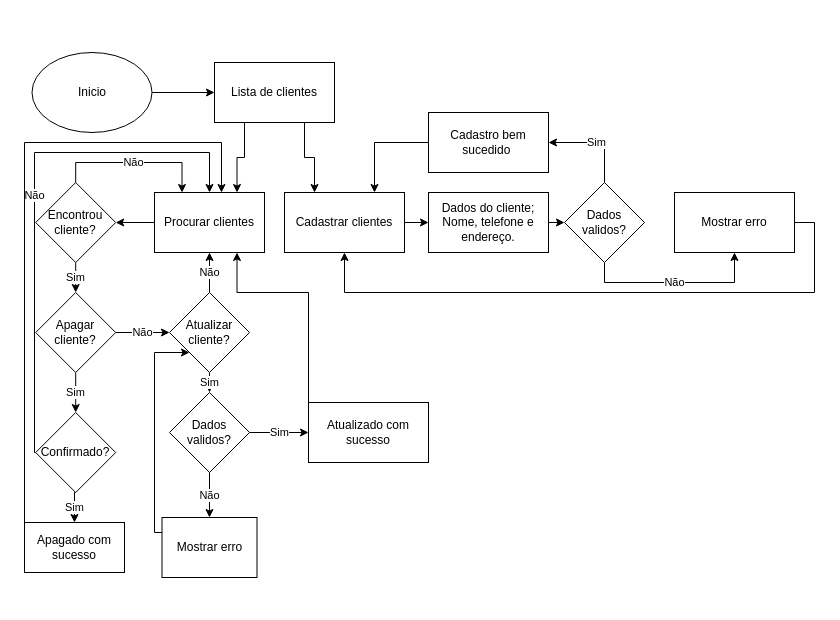
This is page "Página-1" (1 of 6) of doc/fluxograma.drawio from D3ise/fluxograma, a draw.io file, before an edit. Source tidied: cells renumbered, new cells numbered last; positions are measured from the earlier drawing's top-left corner, leaving out a move shared by most shapes. Both pictures are drawn from the tidied source at 100%, with x=0, y=0 at pixel (24, 52).
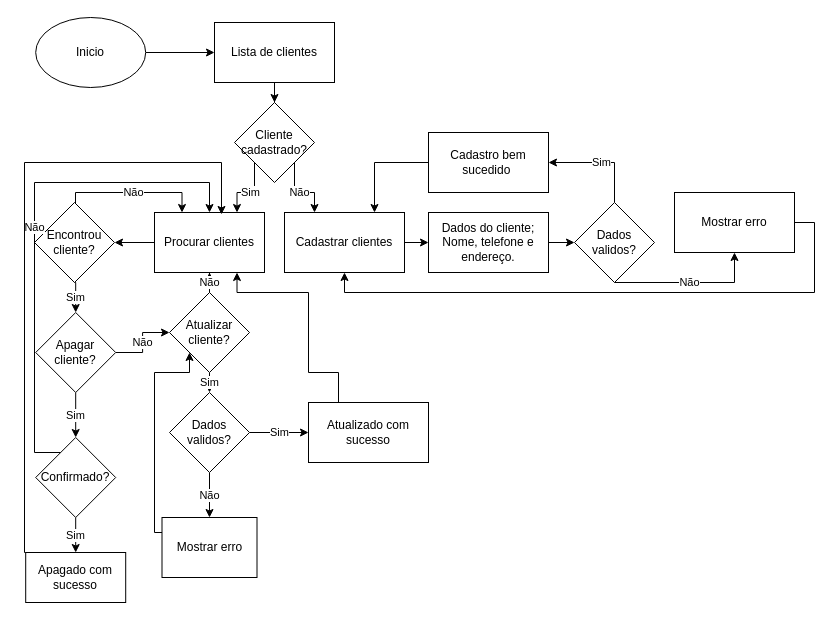
After the change.

The change refers to these unchanged cells:
```xml
<mxCell id="24" value="Mostrar erro" style="rounded=0;whiteSpace=wrap;html=1;" parent="1" vertex="1">
  <mxGeometry x="137.5" y="465" width="95" height="60" as="geometry" />
</mxCell>
<mxCell id="26" value="Atualizado com sucesso" style="rounded=0;whiteSpace=wrap;html=1;" parent="1" vertex="1">
  <mxGeometry x="284" y="350" width="120" height="60" as="geometry" />
</mxCell>
<mxCell id="35" value="Atualizar cliente?" style="rhombus;whiteSpace=wrap;html=1;" parent="1" vertex="1">
  <mxGeometry x="145" y="240" width="80" height="80" as="geometry" />
</mxCell>
```

What changed in the source:
```diff
@@
     <mxCell id="3" value="Inicio" style="ellipse;whiteSpace=wrap;html=1;" parent="1" vertex="1">
-      <mxGeometry x="7.5" width="120" height="80" as="geometry" />
+      <mxGeometry x="11.2" y="-35" width="110" height="70" as="geometry" />
     </mxCell>
-    <mxCell id="4" style="edgeStyle=orthogonalEdgeStyle;rounded=0;jettySize=auto;html=1;exitX=0.25;exitY=1;exitDx=0;exitDy=0;entryX=0.75;entryY=0;entryDx=0;entryDy=0;" parent="1" edge="1" source="6" target="13">
-      <mxGeometry relative="1" as="geometry" />
-    </mxCell>
-    <mxCell id="5" style="edgeStyle=orthogonalEdgeStyle;rounded=0;jettySize=auto;html=1;exitX=0.75;exitY=1;exitDx=0;exitDy=0;entryX=0.25;entryY=0;entryDx=0;entryDy=0;" parent="1" edge="1" source="6" target="15">
-      <mxGeometry relative="1" as="geometry" />
-    </mxCell>
+    <mxCell id="41" style="edgeStyle=orthogonalEdgeStyle;rounded=0;jettySize=auto;html=1;entryX=0.5;entryY=0;entryDx=0;entryDy=0;" parent="1" edge="1" source="6" target="43">
+      <mxGeometry relative="1" as="geometry" />
+    </mxCell>
     <mxCell id="6" value="Lista de clientes" style="rounded=0;whiteSpace=wrap;html=1;" parent="1" vertex="1">
-      <mxGeometry x="190" y="10" width="120" height="60" as="geometry" />
+      <mxGeometry x="190" y="-30" width="120" height="60" as="geometry" />
     </mxCell>
@@
     <mxCell id="8" value="Dados do cliente; Nome, telefone e endereço." style="rounded=0;whiteSpace=wrap;html=1;" parent="1" vertex="1">
-      <mxGeometry x="404" y="140" width="120" height="60" as="geometry" />
+      <mxGeometry x="404" y="160" width="120" height="60" as="geometry" />
     </mxCell>
@@
     <mxCell id="11" value="Dados validos?" style="rhombus;whiteSpace=wrap;html=1;" parent="1" vertex="1">
-      <mxGeometry x="540" y="130" width="80" height="80" as="geometry" />
+      <mxGeometry x="550" y="150" width="80" height="80" as="geometry" />
     </mxCell>
@@
     <mxCell id="13" value="Procurar clientes" style="rounded=0;whiteSpace=wrap;html=1;" parent="1" vertex="1">
-      <mxGeometry x="130" y="140" width="110" height="60" as="geometry" />
+      <mxGeometry x="130" y="160" width="110" height="60" as="geometry" />
     </mxCell>
@@
     <mxCell id="15" value="Cadastrar clientes" style="rounded=0;whiteSpace=wrap;html=1;" parent="1" vertex="1">
-      <mxGeometry x="260" y="140" width="120" height="60" as="geometry" />
+      <mxGeometry x="260" y="160" width="120" height="60" as="geometry" />
     </mxCell>
@@
     <mxCell id="22" value="Cadastro bem sucedido&amp;nbsp;" style="rounded=0;whiteSpace=wrap;html=1;" parent="1" vertex="1">
-      <mxGeometry x="404" y="60" width="120" height="60" as="geometry" />
+      <mxGeometry x="404" y="80" width="120" height="60" as="geometry" />
     </mxCell>
     <mxCell id="23" style="edgeStyle=orthogonalEdgeStyle;rounded=0;jettySize=auto;html=1;exitX=0;exitY=0.25;exitDx=0;exitDy=0;entryX=0;entryY=1;entryDx=0;entryDy=0;" parent="1" edge="1" source="24" target="35">
       <mxGeometry relative="1" as="geometry">
         <Array as="points">
           <mxPoint x="130" y="480" />
-          <mxPoint x="130" y="300" />
+          <mxPoint x="130" y="320" />
+          <mxPoint x="165" y="320" />
         </Array>
       </mxGeometry>
     </mxCell>
@@
-    <mxCell id="25" style="edgeStyle=orthogonalEdgeStyle;rounded=0;jettySize=auto;html=1;exitX=0;exitY=0;exitDx=0;exitDy=0;entryX=0.75;entryY=1;entryDx=0;entryDy=0;" parent="1" edge="1" source="26" target="13">
+    <mxCell id="25" style="edgeStyle=orthogonalEdgeStyle;rounded=0;jettySize=auto;html=1;exitX=0.25;exitY=0;exitDx=0;exitDy=0;entryX=0.75;entryY=1;entryDx=0;entryDy=0;" parent="1" edge="1" source="26" target="13">
       <mxGeometry relative="1" as="geometry">
         <Array as="points">
+          <mxPoint x="314" y="320" />
+          <mxPoint x="284" y="320" />
           <mxPoint x="284" y="240" />
           <mxPoint x="213" y="240" />
         </Array>
       </mxGeometry>
     </mxCell>
@@
     <mxCell id="27" value="Não" style="edgeStyle=orthogonalEdgeStyle;rounded=0;jettySize=auto;html=1;entryX=0.25;entryY=0;entryDx=0;entryDy=0;" parent="1" edge="1" source="29" target="13">
       <mxGeometry relative="1" as="geometry">
         <Array as="points">
-          <mxPoint x="51" y="110" />
-          <mxPoint x="158" y="110" />
+          <mxPoint x="51" y="140" />
+          <mxPoint x="158" y="140" />
         </Array>
       </mxGeometry>
     </mxCell>
@@
     <mxCell id="29" value="Encontrou cliente?" style="rhombus;whiteSpace=wrap;html=1;" parent="1" vertex="1">
-      <mxGeometry x="11.2" y="130" width="80" height="80" as="geometry" />
+      <mxGeometry x="10" y="150" width="80" height="80" as="geometry" />
     </mxCell>
@@
     <mxCell id="32" value="Apagar cliente?" style="rhombus;whiteSpace=wrap;html=1;" parent="1" vertex="1">
-      <mxGeometry x="11.2" y="240" width="80" height="80" as="geometry" />
+      <mxGeometry x="11.2" y="260" width="80" height="80" as="geometry" />
     </mxCell>
@@
     <mxCell id="37" value="Não" style="edgeStyle=orthogonalEdgeStyle;rounded=0;jettySize=auto;html=1;entryX=0.5;entryY=0;entryDx=0;entryDy=0;" parent="1" edge="1" source="38" target="13">
       <mxGeometry relative="1" as="geometry">
         <Array as="points">
           <mxPoint x="10" y="400" />
-          <mxPoint x="10" y="100" />
-          <mxPoint x="185" y="100" />
+          <mxPoint x="10" y="130" />
+          <mxPoint x="185" y="130" />
         </Array>
       </mxGeometry>
     </mxCell>
     <mxCell id="38" value="Confirmado?" style="rhombus;whiteSpace=wrap;html=1;" parent="1" vertex="1">
-      <mxGeometry x="11.2" y="360" width="80" height="80" as="geometry" />
+      <mxGeometry x="11.2" y="385" width="80" height="80" as="geometry" />
     </mxCell>
     <mxCell id="39" value="Apagado com sucesso" style="rounded=0;whiteSpace=wrap;html=1;" parent="1" vertex="1">
-      <mxGeometry y="470" width="100" height="50" as="geometry" />
+      <mxGeometry x="1.2" y="500" width="100" height="50" as="geometry" />
     </mxCell>
-    <mxCell id="40" style="edgeStyle=orthogonalEdgeStyle;rounded=0;jettySize=auto;html=1;exitX=0;exitY=0;exitDx=0;exitDy=0;" parent="1" edge="1" source="39">
+    <mxCell id="40" style="edgeStyle=orthogonalEdgeStyle;rounded=0;jettySize=auto;html=1;exitX=0;exitY=0;exitDx=0;exitDy=0;entryX=0.609;entryY=0.033;entryDx=0;entryDy=0;entryPerimeter=0;" parent="1" edge="1" source="39" target="13">
       <mxGeometry relative="1" as="geometry">
-        <mxPoint x="197" y="140" as="targetPoint" />
         <Array as="points">
-          <mxPoint y="90" />
-          <mxPoint x="197" y="90" />
+          <mxPoint y="500" />
+          <mxPoint y="110" />
+          <mxPoint x="197" y="110" />
         </Array>
       </mxGeometry>
     </mxCell>
+    <mxCell id="42" value="Não" style="edgeStyle=orthogonalEdgeStyle;rounded=0;jettySize=auto;html=1;exitX=1;exitY=1;exitDx=0;exitDy=0;entryX=0.25;entryY=0;entryDx=0;entryDy=0;" parent="1" edge="1" source="43" target="15">
+      <mxGeometry relative="1" as="geometry">
+        <Array as="points">
+          <mxPoint x="270" y="140" />
+          <mxPoint x="290" y="140" />
+        </Array>
+      </mxGeometry>
+    </mxCell>
+    <mxCell id="43" value="Cliente cadastrado?" style="rhombus;whiteSpace=wrap;html=1;" parent="1" vertex="1">
+      <mxGeometry x="210" y="50" width="80" height="80" as="geometry" />
+    </mxCell>
+    <mxCell id="44" value="Sim" style="edgeStyle=orthogonalEdgeStyle;rounded=0;jettySize=auto;html=1;exitX=0;exitY=1;exitDx=0;exitDy=0;entryX=0.75;entryY=0;entryDx=0;entryDy=0;" parent="1" edge="1" source="43" target="13">
+      <mxGeometry relative="1" as="geometry">
+        <Array as="points">
+          <mxPoint x="230" y="140" />
+          <mxPoint x="213" y="140" />
+        </Array>
+      </mxGeometry>
+    </mxCell>
```
